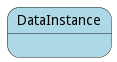
madajaju/edgemere keeps this PlantUML diagram as docs/edgemere/diml/dml/do/models/datainstance/statenet.png. Above is the earlier version. Its diagram source:
```plantuml
@startuml



state DataInstance #lightblue {




}


@enduml
```
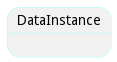
The same diagram one commit later.

What changed in the source:
```diff
@@ -2,7 +2,7 @@
 
 
 
-state DataInstance #lightblue {
+state DataInstance ##aaffff {
 
 
 
```
